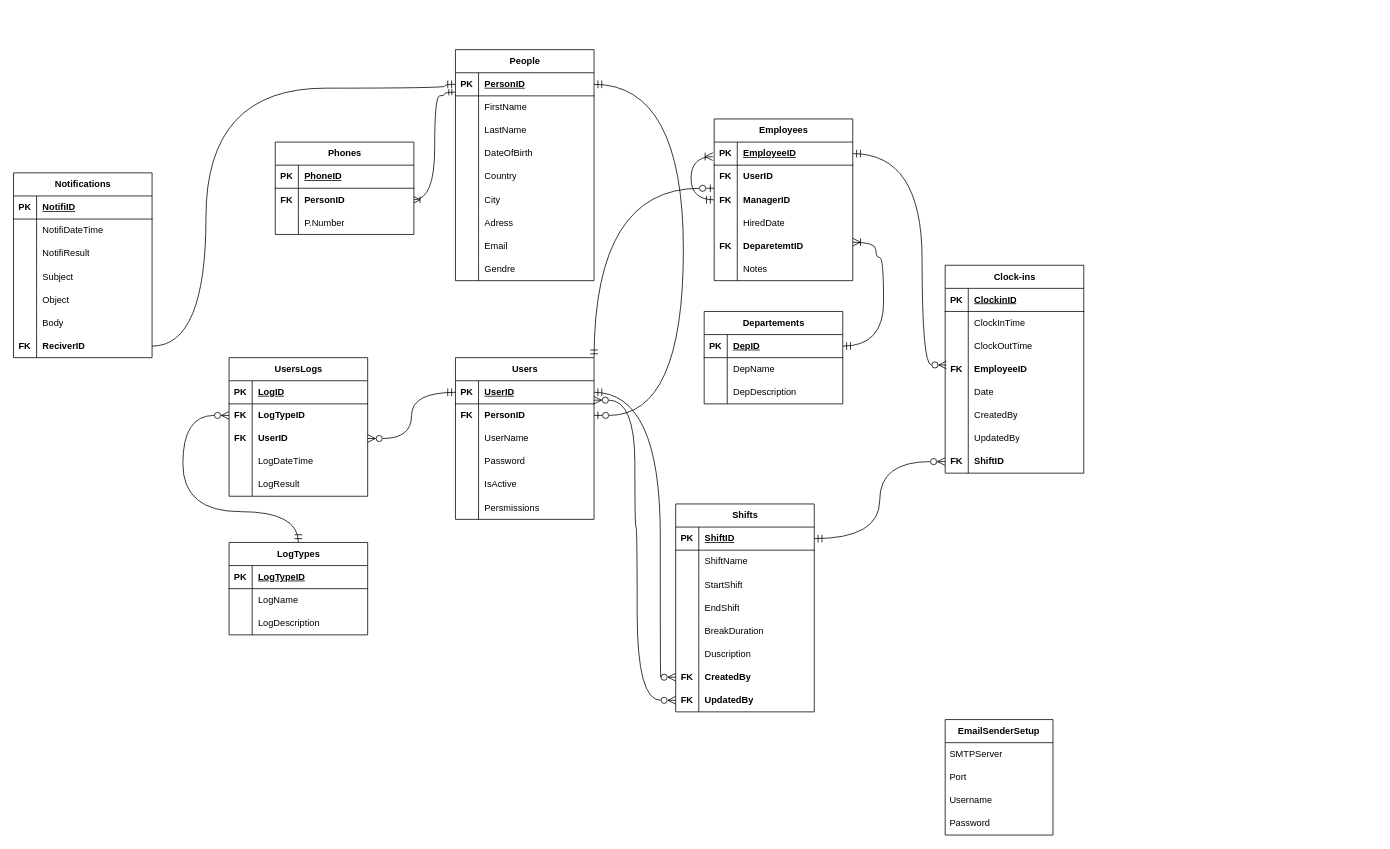
The draw.io diagram ETC_Diagram.drawio in khalil98dev/ETC, before the edit. Source tidied: cells renumbered, new cells numbered last; positions are measured from the earlier drawing's top-left corner, leaving out a move shared by most shapes. Both pictures are drawn from the tidied source at 77%, with x=0, y=0 at pixel (13, 49).
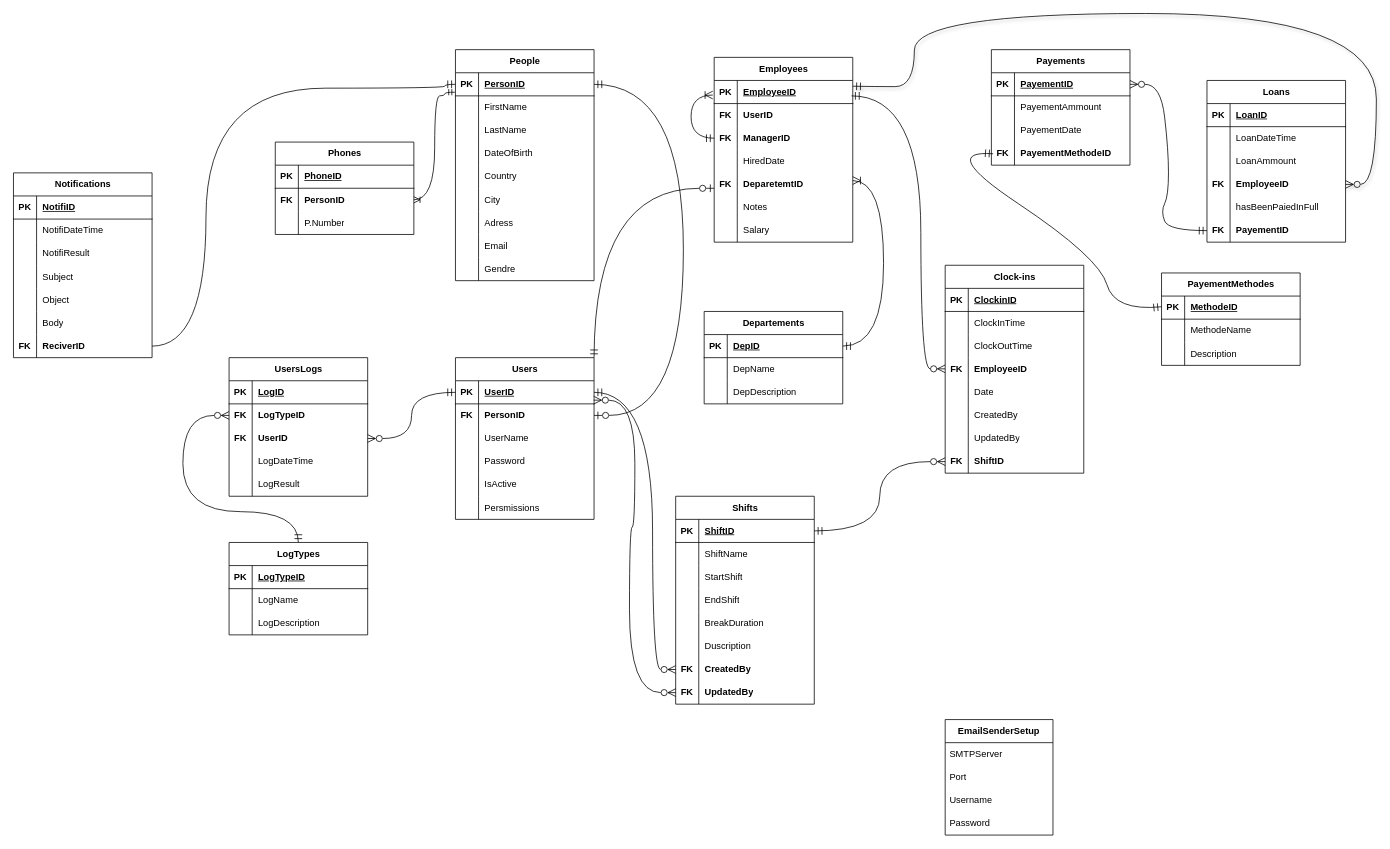
The same page after the edit.

Commit message:
Add Loans And Payements Tables

The change refers to these unchanged cells:
```xml
<mxCell id="41" style="shape=tableRow;horizontal=0;startSize=0;swimlaneHead=0;swimlaneBody=0;fillColor=none;points=[[0,0.5],[1,0.5]];portConstraint=eastwest;top=0;left=0;right=0;bottom=1;" parent="40" vertex="1">
  <mxGeometry y="30" width="180" height="30" as="geometry" />
</mxCell>
<mxCell id="128" style="shape=tableRow;horizontal=0;startSize=0;swimlaneHead=0;swimlaneBody=0;fillColor=none;points=[[0,0.5],[1,0.5]];portConstraint=eastwest;top=0;left=0;right=0;bottom=0;" parent="118" vertex="1">
  <mxGeometry y="120" width="180" height="30" as="geometry" />
</mxCell>
<mxCell id="144" style="shape=tableRow;horizontal=0;startSize=0;swimlaneHead=0;swimlaneBody=0;fillColor=none;points=[[0,0.5],[1,0.5]];portConstraint=eastwest;top=0;left=0;right=0;bottom=1;" parent="143" vertex="1">
  <mxGeometry y="30" width="180" height="30" as="geometry" />
</mxCell>
<mxCell id="156" style="shape=tableRow;horizontal=0;startSize=0;swimlaneHead=0;swimlaneBody=0;fillColor=none;points=[[0,0.5],[1,0.5]];portConstraint=eastwest;top=0;left=0;right=0;bottom=0;" parent="143" vertex="1">
  <mxGeometry y="150" width="180" height="30" as="geometry" />
</mxCell>
<mxCell id="182" style="shape=tableRow;horizontal=0;startSize=0;swimlaneHead=0;swimlaneBody=0;fillColor=none;points=[[0,0.5],[1,0.5]];portConstraint=eastwest;top=0;left=0;right=0;bottom=0;" parent="163" vertex="1">
  <mxGeometry y="210" width="180" height="30" as="geometry" />
</mxCell>
<mxCell id="185" style="shape=tableRow;horizontal=0;startSize=0;swimlaneHead=0;swimlaneBody=0;fillColor=none;points=[[0,0.5],[1,0.5]];portConstraint=eastwest;top=0;left=0;right=0;bottom=0;" parent="163" vertex="1">
  <mxGeometry y="240" width="180" height="30" as="geometry" />
</mxCell>
<mxCell id="192" style="shape=tableRow;horizontal=0;startSize=0;swimlaneHead=0;swimlaneBody=0;fillColor=none;points=[[0,0.5],[1,0.5]];portConstraint=eastwest;top=0;left=0;right=0;bottom=1;" parent="191" vertex="1">
  <mxGeometry y="30" width="180" height="30" as="geometry" />
</mxCell>
```

What changed in the source:
```diff
@@
-    <mxCell id="117" style="edgeStyle=orthogonalEdgeStyle;curved=1;rounded=0;jettySize=auto;html=1;entryX=1;entryY=0.5;entryDx=0;entryDy=0;fontSize=12;startSize=8;endSize=8;exitX=0.009;exitY=0.315;exitDx=0;exitDy=0;exitPerimeter=0;endArrow=ERmandOne;endFill=0;startArrow=ERzeroToMany;startFill=0;" parent="1" edge="1" source="128" target="144">
+    <mxCell id="117" style="edgeStyle=orthogonalEdgeStyle;curved=1;rounded=0;orthogonalLoop=1;jettySize=auto;html=1;entryX=1;entryY=0.5;entryDx=0;entryDy=0;fontSize=12;startSize=8;endSize=8;exitX=0.009;exitY=0.315;exitDx=0;exitDy=0;exitPerimeter=0;endArrow=ERmandOne;endFill=0;startArrow=ERzeroToMany;startFill=0;" parent="1" edge="1">
       <mxGeometry relative="1" as="geometry">
+        <mxPoint x="1210" y="414.5" as="sourcePoint" />
+        <mxPoint x="1088.4" y="60" as="targetPoint" />
         <Array as="points">
-          <mxPoint x="1180" y="410" />
-          <mxPoint x="1180" y="135" />
+          <mxPoint x="1178.4" y="415" />
+          <mxPoint x="1178.4" y="60" />
         </Array>
       </mxGeometry>
     </mxCell>
@@
     <mxCell id="143" value="Employees" style="shape=table;startSize=30;childLayout=tableLayout;rowLines=0;fontStyle=1;align=center;html=1;" parent="1" vertex="1">
-      <mxGeometry x="910" y="90" width="180" height="210" as="geometry" />
+      <mxGeometry x="910" y="10" width="180" height="240" as="geometry" />
     </mxCell>
@@
+    <mxCell id="203" style="shape=tableRow;horizontal=0;startSize=0;swimlaneHead=0;swimlaneBody=0;fillColor=none;top=0;left=0;right=0;bottom=0;" parent="143" vertex="1">
+      <mxGeometry y="210" width="180" height="30" as="geometry" />
+    </mxCell>
+    <mxCell id="204" style="shape=partialRectangle;fillColor=none;top=0;left=0;bottom=0;right=0;overflow=hidden;whiteSpace=wrap;html=1;" parent="203" vertex="1">
+      <mxGeometry width="30" height="30" as="geometry" />
+    </mxCell>
+    <mxCell id="205" value="Salary" style="shape=partialRectangle;fillColor=none;top=0;left=0;bottom=0;right=0;align=left;spacingLeft=6;overflow=hidden;whiteSpace=wrap;html=1;" parent="203" vertex="1">
+      <mxGeometry x="30" width="150" height="30" as="geometry" />
+    </mxCell>
     <mxCell id="163" value="Shifts" style="shape=table;startSize=30;childLayout=tableLayout;rowLines=0;fontStyle=1;align=center;html=1;" parent="1" vertex="1">
-      <mxGeometry x="860" y="590" width="180" height="270" as="geometry" />
+      <mxGeometry x="860" y="580" width="180" height="270" as="geometry" />
     </mxCell>
@@
     <mxCell id="188" style="edgeStyle=orthogonalEdgeStyle;curved=1;rounded=0;jettySize=auto;html=1;entryX=1;entryY=0.5;entryDx=0;entryDy=0;fontSize=12;startSize=8;endSize=8;endArrow=ERmandOne;endFill=0;startArrow=ERzeroToMany;startFill=0;" parent="1" edge="1" source="182" target="41">
       <mxGeometry relative="1" as="geometry">
         <Array as="points">
-          <mxPoint x="840" y="815" />
-          <mxPoint x="840" y="445" />
+          <mxPoint x="830" y="805" />
+          <mxPoint x="830" y="445" />
         </Array>
       </mxGeometry>
     </mxCell>
     <mxCell id="189" style="edgeStyle=orthogonalEdgeStyle;curved=1;rounded=0;jettySize=auto;html=1;entryX=0.998;entryY=0.84;entryDx=0;entryDy=0;fontSize=12;startSize=8;endSize=8;entryPerimeter=0;startArrow=ERzeroToMany;startFill=0;endArrow=ERzeroToMany;endFill=0;" parent="1" edge="1" source="185" target="41">
       <mxGeometry relative="1" as="geometry">
         <Array as="points">
-          <mxPoint x="810" y="845" />
-          <mxPoint x="810" y="620" />
+          <mxPoint x="800" y="835" />
+          <mxPoint x="800" y="620" />
           <mxPoint x="807" y="620" />
           <mxPoint x="807" y="455" />
         </Array>
       </mxGeometry>
     </mxCell>
@@
     <mxCell id="202" style="edgeStyle=orthogonalEdgeStyle;curved=1;rounded=0;jettySize=auto;html=1;entryX=1;entryY=0.333;entryDx=0;entryDy=0;entryPerimeter=0;fontSize=12;startSize=8;endSize=8;exitX=1;exitY=0.5;exitDx=0;exitDy=0;startArrow=ERmandOne;startFill=0;endArrow=ERoneToMany;endFill=0;" parent="1" edge="1" source="192" target="156">
       <mxGeometry relative="1" as="geometry">
         <Array as="points">
           <mxPoint x="1130" y="385" />
-          <mxPoint x="1130" y="270" />
-          <mxPoint x="1120" y="270" />
-          <mxPoint x="1120" y="250" />
+          <mxPoint x="1130" y="170" />
         </Array>
       </mxGeometry>
     </mxCell>
+    <mxCell id="206" value="Loans" style="shape=table;startSize=30;childLayout=tableLayout;rowLines=0;fontStyle=1;align=center;html=1;" parent="1" vertex="1">
+      <mxGeometry x="1550" y="40" width="180" height="210" as="geometry" />
+    </mxCell>
+    <mxCell id="207" style="shape=tableRow;horizontal=0;startSize=0;swimlaneHead=0;swimlaneBody=0;fillColor=none;top=0;left=0;right=0;bottom=1;" parent="206" vertex="1">
+      <mxGeometry y="30" width="180" height="30" as="geometry" />
+    </mxCell>
+    <mxCell id="208" value="PK" style="shape=partialRectangle;fillColor=none;top=0;left=0;bottom=0;right=0;fontStyle=1;overflow=hidden;whiteSpace=wrap;html=1;" parent="207" vertex="1">
+      <mxGeometry width="30" height="30" as="geometry" />
+    </mxCell>
+    <mxCell id="209" value="LoanID" style="shape=partialRectangle;fillColor=none;top=0;left=0;bottom=0;right=0;align=left;spacingLeft=6;fontStyle=5;overflow=hidden;whiteSpace=wrap;html=1;" parent="207" vertex="1">
+      <mxGeometry x="30" width="150" height="30" as="geometry" />
+    </mxCell>
+    <mxCell id="210" style="shape=tableRow;horizontal=0;startSize=0;swimlaneHead=0;swimlaneBody=0;fillColor=none;top=0;left=0;right=0;bottom=0;" parent="206" vertex="1">
+      <mxGeometry y="60" width="180" height="30" as="geometry" />
+    </mxCell>
+    <mxCell id="211" style="shape=partialRectangle;fillColor=none;top=0;left=0;bottom=0;right=0;overflow=hidden;whiteSpace=wrap;html=1;" parent="210" vertex="1">
+      <mxGeometry width="30" height="30" as="geometry" />
+    </mxCell>
+    <mxCell id="212" value="LoanDateTime" style="shape=partialRectangle;fillColor=none;top=0;left=0;bottom=0;right=0;align=left;spacingLeft=6;overflow=hidden;whiteSpace=wrap;html=1;" parent="210" vertex="1">
+      <mxGeometry x="30" width="150" height="30" as="geometry" />
+    </mxCell>
+    <mxCell id="213" style="shape=tableRow;horizontal=0;startSize=0;swimlaneHead=0;swimlaneBody=0;fillColor=none;top=0;left=0;right=0;bottom=0;" parent="206" vertex="1">
+      <mxGeometry y="90" width="180" height="30" as="geometry" />
+    </mxCell>
+    <mxCell id="214" style="shape=partialRectangle;fillColor=none;top=0;left=0;bottom=0;right=0;overflow=hidden;whiteSpace=wrap;html=1;" parent="213" vertex="1">
+      <mxGeometry width="30" height="30" as="geometry" />
+    </mxCell>
+    <mxCell id="215" value="LoanAmmount" style="shape=partialRectangle;fillColor=none;top=0;left=0;bottom=0;right=0;align=left;spacingLeft=6;overflow=hidden;whiteSpace=wrap;html=1;" parent="213" vertex="1">
+      <mxGeometry x="30" width="150" height="30" as="geometry" />
+    </mxCell>
+    <mxCell id="216" style="shape=tableRow;horizontal=0;startSize=0;swimlaneHead=0;swimlaneBody=0;fillColor=none;points=[[0,0.5],[1,0.5]];portConstraint=eastwest;top=0;left=0;right=0;bottom=0;" parent="206" vertex="1">
+      <mxGeometry y="120" width="180" height="30" as="geometry" />
+    </mxCell>
+    <mxCell id="217" value="FK" style="shape=partialRectangle;fillColor=none;top=0;left=0;bottom=0;right=0;overflow=hidden;whiteSpace=wrap;html=1;fontStyle=1;" parent="216" vertex="1">
+      <mxGeometry width="30" height="30" as="geometry" />
+    </mxCell>
+    <mxCell id="218" value="EmployeeID" style="shape=partialRectangle;fillColor=none;top=0;left=0;bottom=0;right=0;align=left;spacingLeft=6;overflow=hidden;whiteSpace=wrap;html=1;fontStyle=1;" parent="216" vertex="1">
+      <mxGeometry x="30" width="150" height="30" as="geometry" />
+    </mxCell>
+    <mxCell id="219" style="shape=tableRow;horizontal=0;startSize=0;swimlaneHead=0;swimlaneBody=0;fillColor=none;top=0;left=0;right=0;bottom=0;" parent="206" vertex="1">
+      <mxGeometry y="150" width="180" height="30" as="geometry" />
+    </mxCell>
+    <mxCell id="220" style="shape=partialRectangle;fillColor=none;top=0;left=0;bottom=0;right=0;overflow=hidden;whiteSpace=wrap;html=1;" parent="219" vertex="1">
+      <mxGeometry width="30" height="30" as="geometry" />
+    </mxCell>
+    <mxCell id="221" value="hasBeenPaiedInFull" style="shape=partialRectangle;fillColor=none;top=0;left=0;bottom=0;right=0;align=left;spacingLeft=6;overflow=hidden;whiteSpace=wrap;html=1;" parent="219" vertex="1">
+      <mxGeometry x="30" width="150" height="30" as="geometry" />
+    </mxCell>
+    <mxCell id="222" style="shape=tableRow;horizontal=0;startSize=0;swimlaneHead=0;swimlaneBody=0;fillColor=none;points=[[0,0.5],[1,0.5]];portConstraint=eastwest;top=0;left=0;right=0;bottom=0;" parent="206" vertex="1">
+      <mxGeometry y="180" width="180" height="30" as="geometry" />
+    </mxCell>
+    <mxCell id="223" value="FK" style="shape=partialRectangle;fillColor=none;top=0;left=0;bottom=0;right=0;overflow=hidden;whiteSpace=wrap;html=1;fontStyle=1;" parent="222" vertex="1">
+      <mxGeometry width="30" height="30" as="geometry" />
+    </mxCell>
+    <mxCell id="224" value="PayementID" style="shape=partialRectangle;fillColor=none;top=0;left=0;bottom=0;right=0;align=left;spacingLeft=6;overflow=hidden;whiteSpace=wrap;html=1;fontStyle=1;" parent="222" vertex="1">
+      <mxGeometry x="30" width="150" height="30" as="geometry" />
+    </mxCell>
+    <mxCell id="225" value="Payements" style="shape=table;startSize=30;childLayout=tableLayout;rowLines=0;fontStyle=1;align=center;html=1;" parent="1" vertex="1">
+      <mxGeometry x="1270" width="180" height="150" as="geometry" />
+    </mxCell>
+    <mxCell id="226" style="shape=tableRow;horizontal=0;startSize=0;swimlaneHead=0;swimlaneBody=0;fillColor=none;points=[[0,0.5],[1,0.5]];portConstraint=eastwest;top=0;left=0;right=0;bottom=1;" parent="225" vertex="1">
+      <mxGeometry y="30" width="180" height="30" as="geometry" />
+    </mxCell>
+    <mxCell id="227" value="PK" style="shape=partialRectangle;fillColor=none;top=0;left=0;bottom=0;right=0;fontStyle=1;overflow=hidden;whiteSpace=wrap;html=1;" parent="226" vertex="1">
+      <mxGeometry width="30" height="30" as="geometry" />
+    </mxCell>
+    <mxCell id="228" value="PayementID" style="shape=partialRectangle;fillColor=none;top=0;left=0;bottom=0;right=0;align=left;spacingLeft=6;fontStyle=5;overflow=hidden;whiteSpace=wrap;html=1;" parent="226" vertex="1">
+      <mxGeometry x="30" width="150" height="30" as="geometry" />
+    </mxCell>
+    <mxCell id="229" style="shape=tableRow;horizontal=0;startSize=0;swimlaneHead=0;swimlaneBody=0;fillColor=none;top=0;left=0;right=0;bottom=0;" parent="225" vertex="1">
+      <mxGeometry y="60" width="180" height="30" as="geometry" />
+    </mxCell>
+    <mxCell id="230" style="shape=partialRectangle;fillColor=none;top=0;left=0;bottom=0;right=0;overflow=hidden;whiteSpace=wrap;html=1;" parent="229" vertex="1">
+      <mxGeometry width="30" height="30" as="geometry" />
+    </mxCell>
+    <mxCell id="231" value="PayementAmmount" style="shape=partialRectangle;fillColor=none;top=0;left=0;bottom=0;right=0;align=left;spacingLeft=6;overflow=hidden;whiteSpace=wrap;html=1;" parent="229" vertex="1">
+      <mxGeometry x="30" width="150" height="30" as="geometry" />
+    </mxCell>
+    <mxCell id="232" style="shape=tableRow;horizontal=0;startSize=0;swimlaneHead=0;swimlaneBody=0;fillColor=none;top=0;left=0;right=0;bottom=0;" parent="225" vertex="1">
+      <mxGeometry y="90" width="180" height="30" as="geometry" />
+    </mxCell>
+    <mxCell id="233" style="shape=partialRectangle;fillColor=none;top=0;left=0;bottom=0;right=0;overflow=hidden;whiteSpace=wrap;html=1;" parent="232" vertex="1">
+      <mxGeometry width="30" height="30" as="geometry" />
+    </mxCell>
+    <mxCell id="234" value="PayementDate" style="shape=partialRectangle;fillColor=none;top=0;left=0;bottom=0;right=0;align=left;spacingLeft=6;overflow=hidden;whiteSpace=wrap;html=1;" parent="232" vertex="1">
+      <mxGeometry x="30" width="150" height="30" as="geometry" />
+    </mxCell>
+    <mxCell id="235" style="shape=tableRow;horizontal=0;startSize=0;swimlaneHead=0;swimlaneBody=0;fillColor=none;top=0;left=0;right=0;bottom=0;" parent="225" vertex="1">
+      <mxGeometry y="120" width="180" height="30" as="geometry" />
+    </mxCell>
+    <mxCell id="236" value="FK" style="shape=partialRectangle;fillColor=none;top=0;left=0;bottom=0;right=0;overflow=hidden;whiteSpace=wrap;html=1;fontStyle=1;" parent="235" vertex="1">
+      <mxGeometry width="30" height="30" as="geometry" />
+    </mxCell>
+    <mxCell id="237" value="PayementMethodeID" style="shape=partialRectangle;fillColor=none;top=0;left=0;bottom=0;right=0;align=left;spacingLeft=6;overflow=hidden;whiteSpace=wrap;html=1;fontStyle=1;" parent="235" vertex="1">
+      <mxGeometry x="30" width="150" height="30" as="geometry" />
+    </mxCell>
+    <mxCell id="238" style="edgeStyle=none;curved=1;rounded=0;jettySize=auto;html=1;entryX=1;entryY=0.5;entryDx=0;entryDy=0;fontSize=12;startSize=8;endSize=8;exitX=0;exitY=0.5;exitDx=0;exitDy=0;endArrow=ERzeroToMany;endFill=0;startArrow=ERmandOne;startFill=0;" parent="1" edge="1" source="222" target="226">
+      <mxGeometry relative="1" as="geometry">
+        <Array as="points">
+          <mxPoint x="1500" y="235" />
+          <mxPoint x="1490" y="210" />
+          <mxPoint x="1500" y="190" />
+          <mxPoint x="1500" y="130" />
+          <mxPoint x="1490" y="45" />
+        </Array>
+      </mxGeometry>
+    </mxCell>
+    <mxCell id="239" style="edgeStyle=orthogonalEdgeStyle;curved=1;rounded=0;jettySize=auto;html=1;entryX=1;entryY=0.5;entryDx=0;entryDy=0;fontSize=12;startSize=8;endSize=8;exitX=1;exitY=0.5;exitDx=0;exitDy=0;shadow=1;startArrow=ERzeroToMany;startFill=0;endArrow=ERmandOne;endFill=0;" parent="1" edge="1" source="216">
+      <mxGeometry relative="1" as="geometry">
+        <mxPoint x="1090" y="47.5" as="targetPoint" />
+        <Array as="points">
+          <mxPoint x="1770" y="175" />
+          <mxPoint x="1770" y="-47" />
+          <mxPoint x="1170" y="-47" />
+          <mxPoint x="1170" y="48" />
+          <mxPoint x="1120" y="48" />
+        </Array>
+      </mxGeometry>
+    </mxCell>
+    <mxCell id="240" value="PayementMethodes" style="shape=table;startSize=30;childLayout=tableLayout;rowLines=0;fontStyle=1;align=center;html=1;" parent="1" vertex="1">
+      <mxGeometry x="1491" y="290" width="180" height="120" as="geometry" />
+    </mxCell>
+    <mxCell id="241" style="shape=tableRow;horizontal=0;startSize=0;swimlaneHead=0;swimlaneBody=0;fillColor=none;top=0;left=0;right=0;bottom=1;" parent="240" vertex="1">
+      <mxGeometry y="30" width="180" height="30" as="geometry" />
+    </mxCell>
+    <mxCell id="242" value="PK" style="shape=partialRectangle;fillColor=none;top=0;left=0;bottom=0;right=0;fontStyle=1;overflow=hidden;whiteSpace=wrap;html=1;" parent="241" vertex="1">
+      <mxGeometry width="30" height="30" as="geometry" />
+    </mxCell>
+    <mxCell id="243" value="MethodeID" style="shape=partialRectangle;fillColor=none;top=0;left=0;bottom=0;right=0;align=left;spacingLeft=6;fontStyle=5;overflow=hidden;whiteSpace=wrap;html=1;" parent="241" vertex="1">
+      <mxGeometry x="30" width="150" height="30" as="geometry" />
+    </mxCell>
+    <mxCell id="244" style="shape=tableRow;horizontal=0;startSize=0;swimlaneHead=0;swimlaneBody=0;fillColor=none;top=0;left=0;right=0;bottom=0;" parent="240" vertex="1">
+      <mxGeometry y="60" width="180" height="30" as="geometry" />
+    </mxCell>
+    <mxCell id="245" style="shape=partialRectangle;fillColor=none;top=0;left=0;bottom=0;right=0;overflow=hidden;whiteSpace=wrap;html=1;" parent="244" vertex="1">
+      <mxGeometry width="30" height="30" as="geometry" />
+    </mxCell>
+    <mxCell id="246" value="MethodeName" style="shape=partialRectangle;fillColor=none;top=0;left=0;bottom=0;right=0;align=left;spacingLeft=6;overflow=hidden;whiteSpace=wrap;html=1;" parent="244" vertex="1">
+      <mxGeometry x="30" width="150" height="30" as="geometry" />
+    </mxCell>
+    <mxCell id="247" style="shape=tableRow;horizontal=0;startSize=0;swimlaneHead=0;swimlaneBody=0;fillColor=none;top=0;left=0;right=0;bottom=0;" parent="240" vertex="1">
+      <mxGeometry y="90" width="180" height="30" as="geometry" />
+    </mxCell>
+    <mxCell id="248" style="shape=partialRectangle;fillColor=none;top=0;left=0;bottom=0;right=0;overflow=hidden;whiteSpace=wrap;html=1;" parent="247" vertex="1">
+      <mxGeometry width="30" height="30" as="geometry" />
+    </mxCell>
+    <mxCell id="249" value="Description" style="shape=partialRectangle;fillColor=none;top=0;left=0;bottom=0;right=0;align=left;spacingLeft=6;overflow=hidden;whiteSpace=wrap;html=1;" parent="247" vertex="1">
+      <mxGeometry x="30" width="150" height="30" as="geometry" />
+    </mxCell>
+    <mxCell id="250" style="edgeStyle=none;curved=1;rounded=0;orthogonalLoop=1;jettySize=auto;html=1;entryX=0.013;entryY=0.84;entryDx=0;entryDy=0;entryPerimeter=0;fontSize=12;startSize=8;endSize=8;startArrow=ERmandOne;startFill=0;endArrow=ERmandOne;endFill=0;" parent="1" edge="1">
+      <mxGeometry relative="1" as="geometry">
+        <mxPoint x="1491" y="333.9" as="sourcePoint" />
+        <mxPoint x="1272.3" y="135.2" as="targetPoint" />
+        <Array as="points">
+          <mxPoint x="1430" y="340" />
+          <mxPoint x="1410" y="270" />
+          <mxPoint x="1200" y="130" />
+        </Array>
+      </mxGeometry>
+    </mxCell>
```
